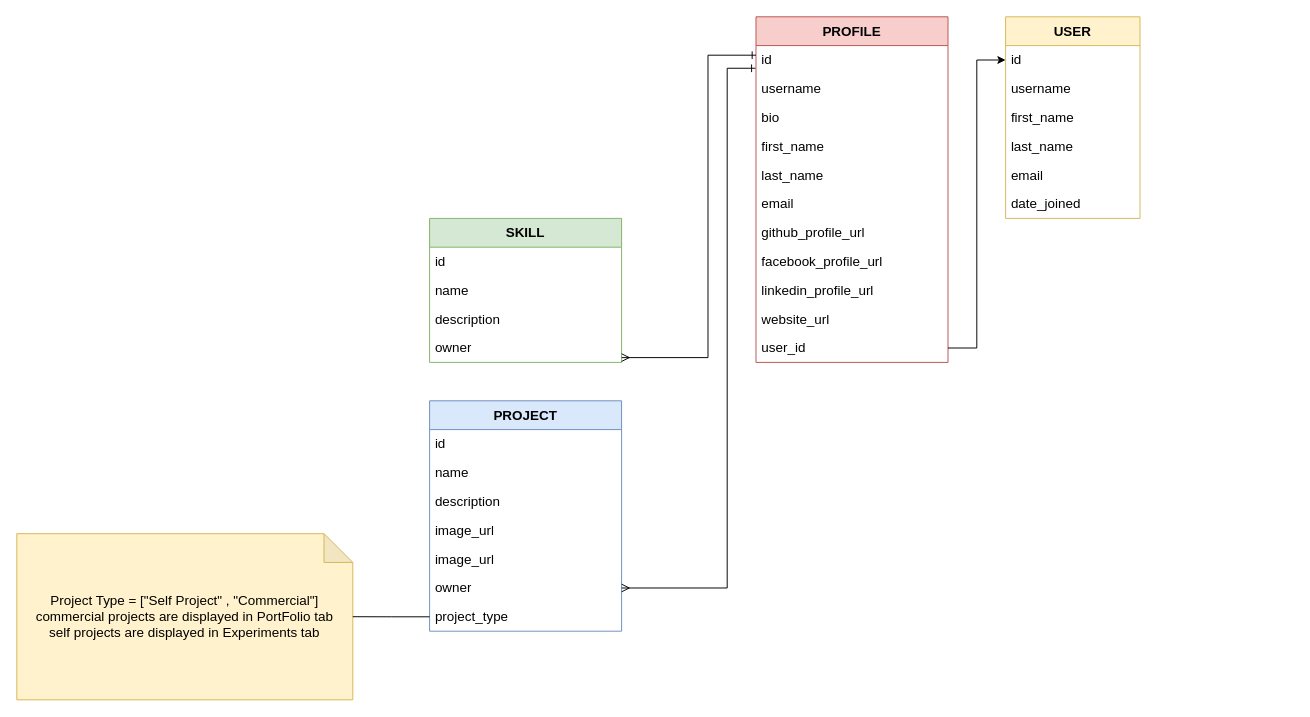
Before: erd.drawio in leanhduy/personal-website, a draw.io diagram. Source tidied: cells renumbered, new cells numbered last; positions are measured from the earlier drawing's top-left corner, leaving out a move shared by most shapes. Both pictures are drawn from the tidied source at 96%, with x=0, y=0 at pixel (16, 16).
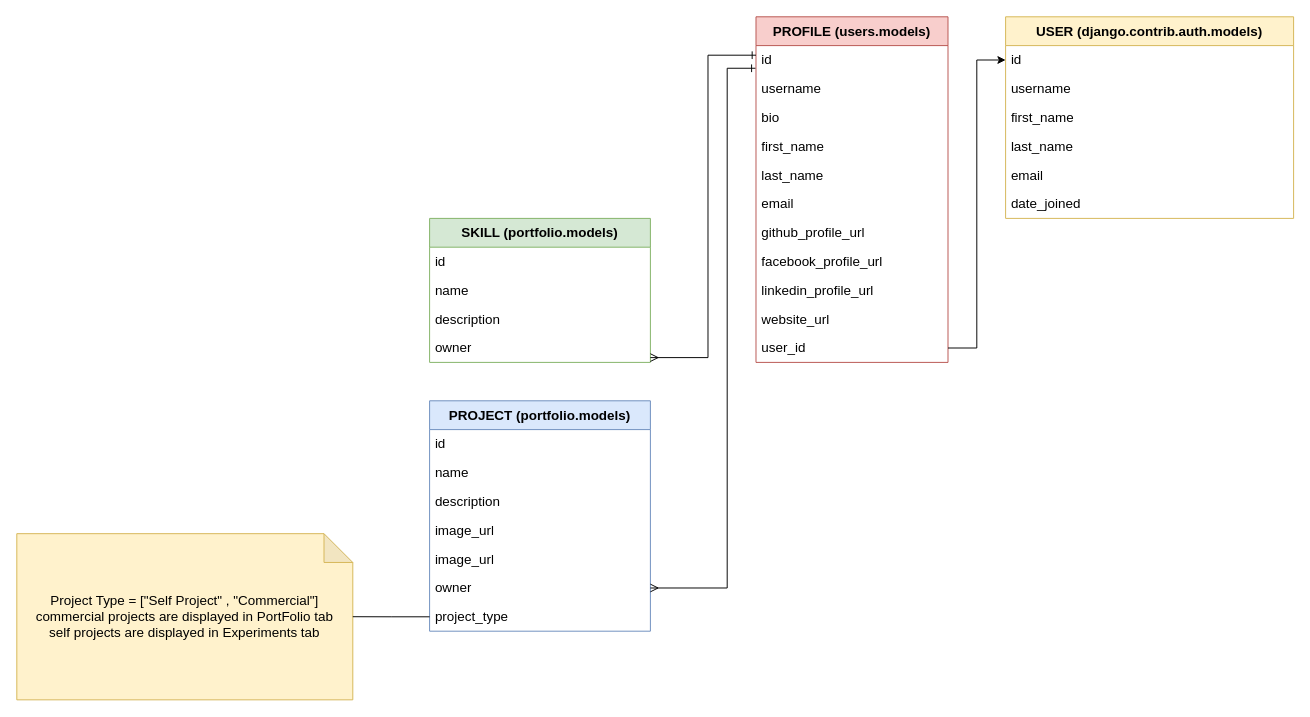
Above is the later version.

What changed in the source:
```diff
@@
-    <mxCell id="2" value="USER" style="swimlane;fontStyle=1;horizontal=1;startSize=30;whiteSpace=wrap;html=1;fillColor=#fff2cc;strokeColor=#d6b656;fontSize=14;" parent="1" vertex="1">
-      <mxGeometry x="1030" width="140" height="210" as="geometry" />
+    <mxCell id="2" value="USER (django.contrib.auth.models)" style="swimlane;fontStyle=1;horizontal=1;startSize=30;whiteSpace=wrap;html=1;fillColor=#fff2cc;strokeColor=#d6b656;fontSize=14;" parent="1" vertex="1">
+      <mxGeometry x="1030" width="300" height="210" as="geometry" />
     </mxCell>
     <mxCell id="3" value="id" style="text;strokeColor=none;fillColor=none;align=left;verticalAlign=middle;spacingLeft=4;spacingRight=4;overflow=hidden;points=[[0,0.5],[1,0.5]];portConstraint=eastwest;whiteSpace=wrap;html=1;fontSize=14;" parent="2" vertex="1">
-      <mxGeometry y="30" width="140" height="30" as="geometry" />
+      <mxGeometry y="30" width="300" height="30" as="geometry" />
     </mxCell>
     <mxCell id="4" value="username" style="text;strokeColor=none;fillColor=none;align=left;verticalAlign=middle;spacingLeft=4;spacingRight=4;overflow=hidden;whiteSpace=wrap;html=1;fontSize=14;" parent="2" vertex="1">
-      <mxGeometry y="60" width="140" height="30" as="geometry" />
+      <mxGeometry y="60" width="300" height="30" as="geometry" />
     </mxCell>
     <mxCell id="5" value="first_name" style="text;strokeColor=none;fillColor=none;align=left;verticalAlign=middle;spacingLeft=4;spacingRight=4;overflow=hidden;whiteSpace=wrap;html=1;fontSize=14;" parent="2" vertex="1">
-      <mxGeometry y="90" width="140" height="30" as="geometry" />
+      <mxGeometry y="90" width="300" height="30" as="geometry" />
     </mxCell>
     <mxCell id="6" value="last_name" style="text;strokeColor=none;fillColor=none;align=left;verticalAlign=middle;spacingLeft=4;spacingRight=4;overflow=hidden;whiteSpace=wrap;html=1;fontSize=14;" parent="2" vertex="1">
-      <mxGeometry y="120" width="140" height="30" as="geometry" />
+      <mxGeometry y="120" width="300" height="30" as="geometry" />
     </mxCell>
     <mxCell id="7" value="email" style="text;strokeColor=none;fillColor=none;align=left;verticalAlign=middle;spacingLeft=4;spacingRight=4;overflow=hidden;whiteSpace=wrap;html=1;fontSize=14;" parent="2" vertex="1">
-      <mxGeometry y="150" width="140" height="30" as="geometry" />
+      <mxGeometry y="150" width="300" height="30" as="geometry" />
     </mxCell>
     <mxCell id="8" value="date_joined" style="text;strokeColor=none;fillColor=none;align=left;verticalAlign=middle;spacingLeft=4;spacingRight=4;overflow=hidden;whiteSpace=wrap;html=1;fontSize=14;" parent="2" vertex="1">
-      <mxGeometry y="180" width="140" height="30" as="geometry" />
+      <mxGeometry y="180" width="300" height="30" as="geometry" />
     </mxCell>
-    <mxCell id="9" value="PROFILE" style="swimlane;fontStyle=1;horizontal=1;startSize=30;whiteSpace=wrap;html=1;fillColor=#f8cecc;strokeColor=#b85450;fontSize=14;" parent="1" vertex="1">
+    <mxCell id="9" value="PROFILE (users.models)" style="swimlane;fontStyle=1;horizontal=1;startSize=30;whiteSpace=wrap;html=1;fillColor=#f8cecc;strokeColor=#b85450;fontSize=14;" parent="1" vertex="1">
       <mxGeometry x="770" width="200" height="360" as="geometry" />
     </mxCell>
@@
-    <mxCell id="22" value="PROJECT" style="swimlane;fontStyle=1;horizontal=1;startSize=30;whiteSpace=wrap;html=1;fillColor=#dae8fc;strokeColor=#6c8ebf;fontSize=14;" parent="1" vertex="1">
-      <mxGeometry x="430" y="400" width="200" height="240" as="geometry" />
+    <mxCell id="22" value="PROJECT (portfolio.models)" style="swimlane;fontStyle=1;horizontal=1;startSize=30;whiteSpace=wrap;html=1;fillColor=#dae8fc;strokeColor=#6c8ebf;fontSize=14;" parent="1" vertex="1">
+      <mxGeometry x="430" y="400" width="230" height="240" as="geometry" />
     </mxCell>
     <mxCell id="23" value="id" style="text;strokeColor=none;fillColor=none;align=left;verticalAlign=middle;spacingLeft=4;spacingRight=4;overflow=hidden;whiteSpace=wrap;html=1;fontSize=14;" parent="22" vertex="1">
-      <mxGeometry y="30" width="200" height="30" as="geometry" />
+      <mxGeometry y="30" width="230" height="30" as="geometry" />
     </mxCell>
     <mxCell id="24" value="name" style="text;strokeColor=none;fillColor=none;align=left;verticalAlign=middle;spacingLeft=4;spacingRight=4;overflow=hidden;whiteSpace=wrap;html=1;fontSize=14;" parent="22" vertex="1">
-      <mxGeometry y="60" width="200" height="30" as="geometry" />
+      <mxGeometry y="60" width="230" height="30" as="geometry" />
     </mxCell>
     <mxCell id="25" value="description" style="text;strokeColor=none;fillColor=none;align=left;verticalAlign=middle;spacingLeft=4;spacingRight=4;overflow=hidden;whiteSpace=wrap;html=1;fontSize=14;" parent="22" vertex="1">
-      <mxGeometry y="90" width="200" height="30" as="geometry" />
+      <mxGeometry y="90" width="230" height="30" as="geometry" />
     </mxCell>
     <mxCell id="26" value="image_url" style="text;strokeColor=none;fillColor=none;align=left;verticalAlign=middle;spacingLeft=4;spacingRight=4;overflow=hidden;whiteSpace=wrap;html=1;fontSize=14;" parent="22" vertex="1">
-      <mxGeometry y="120" width="200" height="30" as="geometry" />
+      <mxGeometry y="120" width="230" height="30" as="geometry" />
     </mxCell>
     <mxCell id="27" value="image_url" style="text;strokeColor=none;fillColor=none;align=left;verticalAlign=middle;spacingLeft=4;spacingRight=4;overflow=hidden;whiteSpace=wrap;html=1;fontSize=14;" parent="22" vertex="1">
-      <mxGeometry y="150" width="200" height="30" as="geometry" />
+      <mxGeometry y="150" width="230" height="30" as="geometry" />
     </mxCell>
     <mxCell id="28" value="owner&lt;br style=&quot;font-size: 14px;&quot;&gt;" style="text;strokeColor=none;fillColor=none;align=left;verticalAlign=middle;spacingLeft=4;spacingRight=4;overflow=hidden;points=[[0,0.5],[1,0.5]];portConstraint=eastwest;whiteSpace=wrap;html=1;fontSize=14;" parent="22" vertex="1">
-      <mxGeometry y="180" width="200" height="30" as="geometry" />
+      <mxGeometry y="180" width="230" height="30" as="geometry" />
     </mxCell>
     <mxCell id="29" value="project_type" style="text;strokeColor=none;fillColor=none;align=left;verticalAlign=middle;spacingLeft=4;spacingRight=4;overflow=hidden;points=[[0,0.5],[1,0.5]];portConstraint=eastwest;whiteSpace=wrap;html=1;fontSize=14;" parent="22" vertex="1">
-      <mxGeometry y="210" width="200" height="30" as="geometry" />
+      <mxGeometry y="210" width="230" height="30" as="geometry" />
     </mxCell>
@@
-    <mxCell id="31" value="SKILL" style="swimlane;fontStyle=1;horizontal=1;startSize=30;whiteSpace=wrap;html=1;fillColor=#d5e8d4;strokeColor=#82b366;fontSize=14;" parent="1" vertex="1">
-      <mxGeometry x="430" y="210" width="200" height="150" as="geometry" />
+    <mxCell id="31" value="SKILL (portfolio.models)" style="swimlane;fontStyle=1;horizontal=1;startSize=30;whiteSpace=wrap;html=1;fillColor=#d5e8d4;strokeColor=#82b366;fontSize=14;" parent="1" vertex="1">
+      <mxGeometry x="430" y="210" width="230" height="150" as="geometry" />
     </mxCell>
     <mxCell id="32" value="id" style="text;strokeColor=none;fillColor=none;align=left;verticalAlign=middle;spacingLeft=4;spacingRight=4;overflow=hidden;whiteSpace=wrap;html=1;fontSize=14;" parent="31" vertex="1">
-      <mxGeometry y="30" width="200" height="30" as="geometry" />
+      <mxGeometry y="30" width="230" height="30" as="geometry" />
     </mxCell>
     <mxCell id="33" value="name" style="text;strokeColor=none;fillColor=none;align=left;verticalAlign=middle;spacingLeft=4;spacingRight=4;overflow=hidden;whiteSpace=wrap;html=1;fontSize=14;" parent="31" vertex="1">
-      <mxGeometry y="60" width="200" height="30" as="geometry" />
+      <mxGeometry y="60" width="230" height="30" as="geometry" />
     </mxCell>
     <mxCell id="34" value="description" style="text;strokeColor=none;fillColor=none;align=left;verticalAlign=middle;spacingLeft=4;spacingRight=4;overflow=hidden;whiteSpace=wrap;html=1;fontSize=14;" parent="31" vertex="1">
-      <mxGeometry y="90" width="200" height="30" as="geometry" />
+      <mxGeometry y="90" width="230" height="30" as="geometry" />
     </mxCell>
     <mxCell id="35" value="owner&lt;br style=&quot;font-size: 14px;&quot;&gt;" style="text;strokeColor=none;fillColor=none;align=left;verticalAlign=middle;spacingLeft=4;spacingRight=4;overflow=hidden;points=[[0,0.5],[1,0.5]];portConstraint=eastwest;whiteSpace=wrap;html=1;fontSize=14;" parent="31" vertex="1">
-      <mxGeometry y="120" width="200" height="30" as="geometry" />
+      <mxGeometry y="120" width="230" height="30" as="geometry" />
     </mxCell>
```
